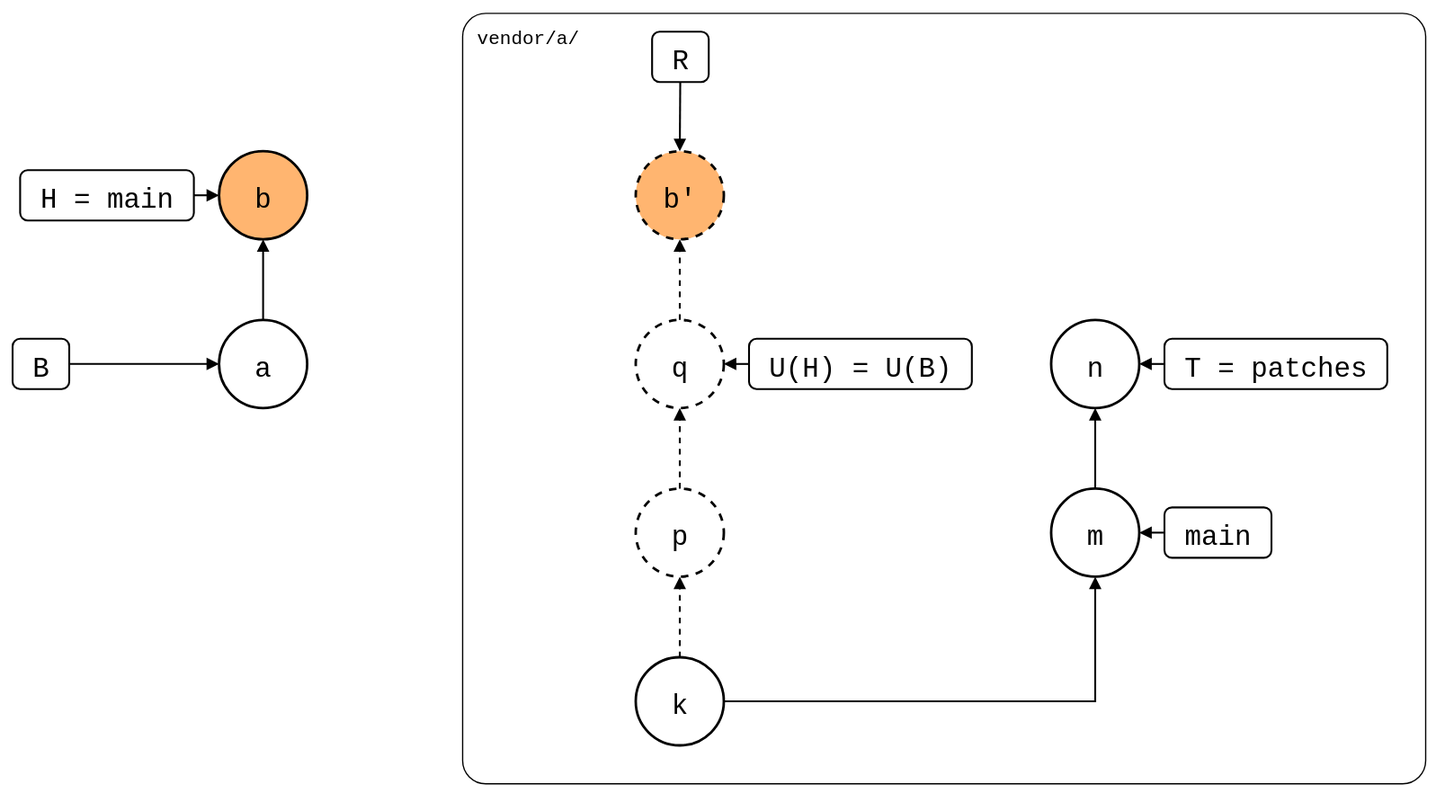
roschaefer/git-splice keeps this draw.io diagram as test/scenarios/06-rewritten-history/04-patch-branch-rebased/01-unpushed-local-commit/unpushed-local-commit.drawio.svg. Above is the earlier version. Source tidied: cells renumbered, new cells last; positions are measured from the earlier drawing's top-left corner, leaving out a move shared by most shapes.
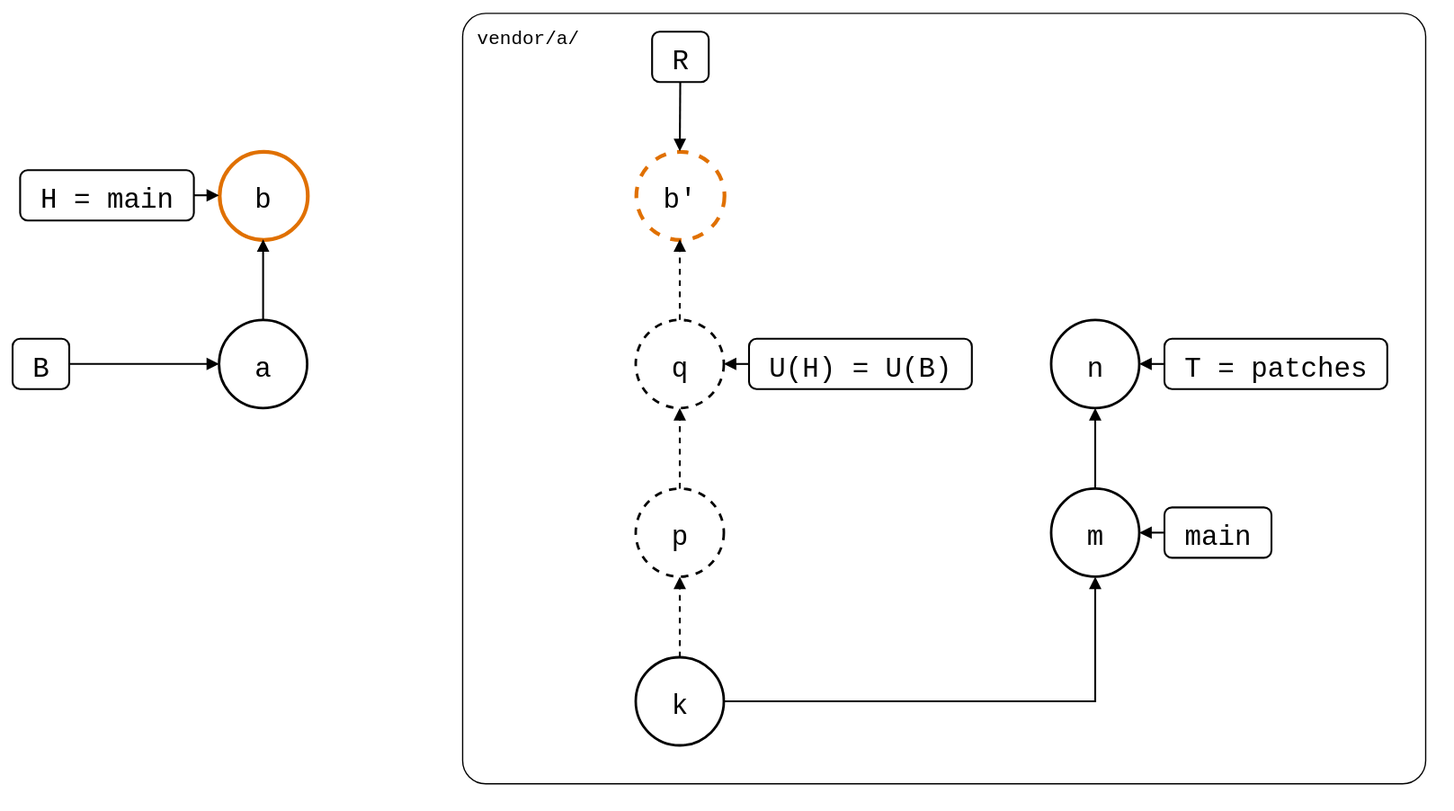
Above is the later version.

Change to the diagram source:
```diff
@@ -23,10 +23,10 @@
     <mxCell id="8" value="a" style="ellipse;strokeWidth=2;fontSize=22;fontFamily=Roboto Mono,monospace;" parent="1" vertex="1">
       <mxGeometry x="164" y="244" width="70" height="70" as="geometry" />
     </mxCell>
-    <mxCell id="9" value="b" style="ellipse;strokeWidth=2;fontSize=22;fontFamily=Roboto Mono,monospace;fillColor=#FFB570;" parent="1" vertex="1">
+    <mxCell id="9" value="b" style="ellipse;fontSize=22;fontFamily=Roboto Mono,monospace;strokeColor=#E07000;strokeWidth=3;" parent="1" vertex="1">
       <mxGeometry x="164" y="110" width="70" height="70" as="geometry" />
     </mxCell>
-    <mxCell id="10" value="b'" style="ellipse;strokeWidth=2;fontSize=22;fontFamily=Roboto Mono,monospace;dashed=1;fillColor=#FFB570;" parent="1" vertex="1">
+    <mxCell id="10" value="b'" style="ellipse;fontSize=22;fontFamily=Roboto Mono,monospace;dashed=1;strokeColor=#E07000;strokeWidth=3;" parent="1" vertex="1">
       <mxGeometry x="495" y="110" width="70" height="70" as="geometry" />
     </mxCell>
     <mxCell id="11" value="H = main" style="rounded=1;strokeWidth=1.5;fontSize=22;fontFamily=Roboto Mono,monospace;" parent="1" vertex="1">
```
